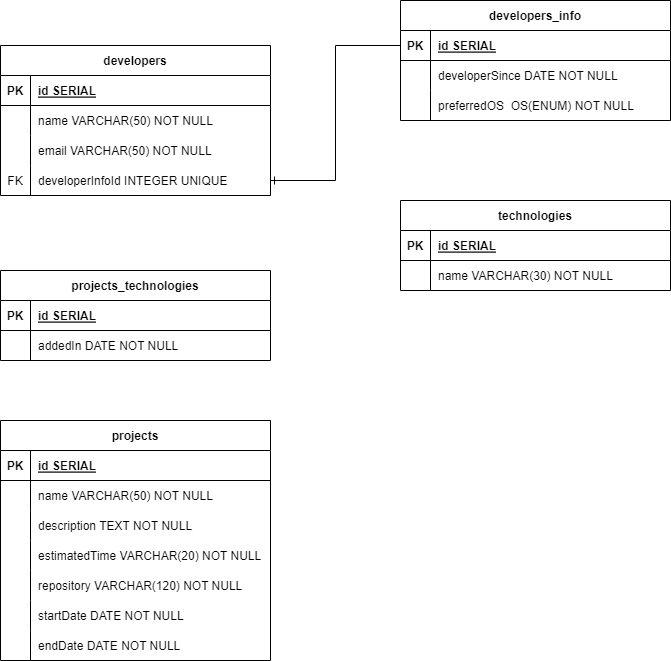
Before: developersDER.drawio.png, a diagram exported from draw.io (LuccaHaddadSerejo/nodejs-crud-projetos_e_desenvolvedores). Source tidied: cells renumbered, new cells last; positions are measured from the earlier drawing's top-left corner, leaving out a move shared by most shapes.
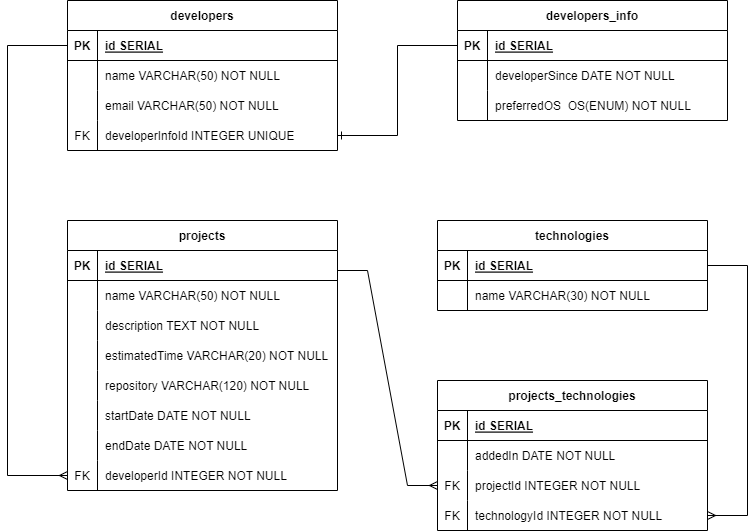
Above is the later version.

Commit message:
feat: up to date DER and tabels

What changed in the source:
```diff
@@ -3,7 +3,7 @@
     <mxCell id="0" />
     <mxCell id="1" parent="0" />
     <mxCell id="2" value="developers" style="shape=table;startSize=30;rowLines=0;fontStyle=1;align=center;" parent="1" vertex="1">
-      <mxGeometry y="45" width="270" height="150" as="geometry" />
+      <mxGeometry x="20" y="20" width="270" height="150" as="geometry" />
     </mxCell>
     <mxCell id="3" style="shape=partialRectangle;fillColor=none;points=[[0,0.5],[1,0.5]];portConstraint=eastwest;top=0;left=0;right=0;bottom=1;" parent="2" vertex="1">
       <mxGeometry y="30" width="270" height="30" as="geometry" />
@@ -42,7 +42,7 @@
       <mxGeometry x="30" width="240" height="30" as="geometry" />
     </mxCell>
     <mxCell id="15" value="developers_info" style="shape=table;startSize=30;rowLines=0;fontStyle=1;align=center;" parent="1" vertex="1">
-      <mxGeometry x="400" width="270" height="120" as="geometry" />
+      <mxGeometry x="410" y="20" width="270" height="120" as="geometry" />
     </mxCell>
     <mxCell id="16" style="shape=partialRectangle;fillColor=none;points=[[0,0.5],[1,0.5]];portConstraint=eastwest;top=0;left=0;right=0;bottom=1;" parent="15" vertex="1">
       <mxGeometry y="30" width="270" height="30" as="geometry" />
@@ -72,7 +72,7 @@
       <mxGeometry x="30" width="240" height="30" as="geometry" />
     </mxCell>
     <mxCell id="25" value="projects" style="shape=table;startSize=30;rowLines=0;fontStyle=1;align=center;" parent="1" vertex="1">
-      <mxGeometry y="420" width="270" height="240" as="geometry" />
+      <mxGeometry x="20" y="240" width="270" height="270" as="geometry" />
     </mxCell>
     <mxCell id="26" style="shape=partialRectangle;fillColor=none;top=0;left=0;right=0;bottom=1;" parent="25" vertex="1">
       <mxGeometry y="30" width="270" height="30" as="geometry" />
@@ -137,8 +137,17 @@
     <mxCell id="46" value="endDate DATE NOT NULL" style="shape=partialRectangle;overflow=hidden;fillColor=none;top=0;left=0;bottom=0;right=0;align=left;spacingLeft=6;" parent="44" vertex="1">
       <mxGeometry x="30" width="240" height="30" as="geometry" />
     </mxCell>
+    <mxCell id="62" style="shape=partialRectangle;fillColor=none;points=[[0,0.5],[1,0.5]];portConstraint=eastwest;top=0;left=0;right=0;bottom=0;" parent="25" vertex="1">
+      <mxGeometry y="240" width="270" height="30" as="geometry" />
+    </mxCell>
+    <mxCell id="63" value="FK" style="shape=partialRectangle;overflow=hidden;fillColor=none;top=0;left=0;bottom=0;right=0;" parent="62" vertex="1">
+      <mxGeometry width="30" height="30" as="geometry" />
+    </mxCell>
+    <mxCell id="64" value="developerId INTEGER NOT NULL" style="shape=partialRectangle;overflow=hidden;fillColor=none;top=0;left=0;bottom=0;right=0;align=left;spacingLeft=6;" parent="62" vertex="1">
+      <mxGeometry x="30" width="240" height="30" as="geometry" />
+    </mxCell>
     <mxCell id="47" value="technologies" style="shape=table;startSize=30;rowLines=0;fontStyle=1;align=center;" parent="1" vertex="1">
-      <mxGeometry x="400" y="200" width="270" height="90" as="geometry" />
+      <mxGeometry x="390" y="240" width="270" height="90" as="geometry" />
     </mxCell>
     <mxCell id="48" style="shape=partialRectangle;fillColor=none;points=[[0,0.5],[1,0.5]];portConstraint=eastwest;top=0;left=0;right=0;bottom=1;" parent="47" vertex="1">
       <mxGeometry y="30" width="270" height="30" as="geometry" />
@@ -159,7 +168,7 @@
       <mxGeometry x="30" width="240" height="30" as="geometry" />
     </mxCell>
     <mxCell id="54" value="projects_technologies" style="shape=table;startSize=30;rowLines=0;fontStyle=1;align=center;" parent="1" vertex="1">
-      <mxGeometry y="270" width="270" height="90" as="geometry" />
+      <mxGeometry x="390" y="400" width="270" height="150" as="geometry" />
     </mxCell>
     <mxCell id="55" style="shape=partialRectangle;fillColor=none;top=0;left=0;right=0;bottom=1;" parent="54" vertex="1">
       <mxGeometry y="30" width="270" height="30" as="geometry" />
@@ -179,8 +188,47 @@
     <mxCell id="60" value="addedIn DATE NOT NULL" style="shape=partialRectangle;overflow=hidden;fillColor=none;top=0;left=0;bottom=0;right=0;align=left;spacingLeft=6;" parent="58" vertex="1">
       <mxGeometry x="30" width="240" height="30" as="geometry" />
     </mxCell>
+    <mxCell id="65" style="shape=partialRectangle;fillColor=none;points=[[0,0.5],[1,0.5]];portConstraint=eastwest;top=0;left=0;right=0;bottom=0;" parent="54" vertex="1">
+      <mxGeometry y="90" width="270" height="30" as="geometry" />
+    </mxCell>
+    <mxCell id="66" value="FK" style="shape=partialRectangle;overflow=hidden;fillColor=none;top=0;left=0;bottom=0;right=0;" parent="65" vertex="1">
+      <mxGeometry width="30" height="30" as="geometry" />
+    </mxCell>
+    <mxCell id="67" value="projectId INTEGER NOT NULL" style="shape=partialRectangle;overflow=hidden;fillColor=none;top=0;left=0;bottom=0;right=0;align=left;spacingLeft=6;" parent="65" vertex="1">
+      <mxGeometry x="30" width="240" height="30" as="geometry" />
+    </mxCell>
+    <mxCell id="68" style="shape=partialRectangle;fillColor=none;points=[[0,0.5],[1,0.5]];portConstraint=eastwest;top=0;left=0;right=0;bottom=0;" parent="54" vertex="1">
+      <mxGeometry y="120" width="270" height="30" as="geometry" />
+    </mxCell>
+    <mxCell id="69" value="FK" style="shape=partialRectangle;overflow=hidden;fillColor=none;top=0;left=0;bottom=0;right=0;" parent="68" vertex="1">
+      <mxGeometry width="30" height="30" as="geometry" />
+    </mxCell>
+    <mxCell id="70" value="technologyId INTEGER NOT NULL" style="shape=partialRectangle;overflow=hidden;fillColor=none;top=0;left=0;bottom=0;right=0;align=left;spacingLeft=6;" parent="68" vertex="1">
+      <mxGeometry x="30" width="240" height="30" as="geometry" />
+    </mxCell>
     <mxCell id="61" style="fontSize=12;html=1;endArrow=ERone;startArrow=none;rounded=0;endFill=0;startFill=0;entryX=1;entryY=0.5;entryDx=0;entryDy=0;exitX=0;exitY=0.5;exitDx=0;exitDy=0;edgeStyle=orthogonalEdgeStyle;" parent="1" edge="1" source="16" target="12">
       <mxGeometry relative="1" as="geometry" />
     </mxCell>
+    <mxCell id="71" style="edgeStyle=elbowEdgeStyle;fontSize=12;html=1;endArrow=ERmany;rounded=0;exitX=0;exitY=0.5;exitDx=0;exitDy=0;entryX=0;entryY=0.5;entryDx=0;entryDy=0;elbow=vertical;" parent="1" edge="1" source="3" target="62">
+      <mxGeometry relative="1" as="geometry">
+        <Array as="points">
+          <mxPoint x="-40" y="150" />
+          <mxPoint x="-20" y="210" />
+        </Array>
+      </mxGeometry>
+    </mxCell>
+    <mxCell id="72" style="edgeStyle=entityRelationEdgeStyle;fontSize=12;html=1;endArrow=ERmany;rounded=0;elbow=vertical;entryX=0;entryY=0.5;entryDx=0;entryDy=0;" parent="1" edge="1" target="65">
+      <mxGeometry relative="1" as="geometry">
+        <mxPoint x="290" y="290" as="sourcePoint" />
+      </mxGeometry>
+    </mxCell>
+    <mxCell id="73" style="edgeStyle=orthogonalEdgeStyle;fontSize=12;html=1;endArrow=ERmany;rounded=0;elbow=vertical;exitX=1;exitY=0.5;exitDx=0;exitDy=0;entryX=1;entryY=0.5;entryDx=0;entryDy=0;" parent="1" edge="1" source="48" target="68">
+      <mxGeometry relative="1" as="geometry">
+        <Array as="points">
+          <mxPoint x="700" y="285" />
+          <mxPoint x="700" y="535" />
+        </Array>
+      </mxGeometry>
+    </mxCell>
   </root>
 </mxGraphModel>
```
